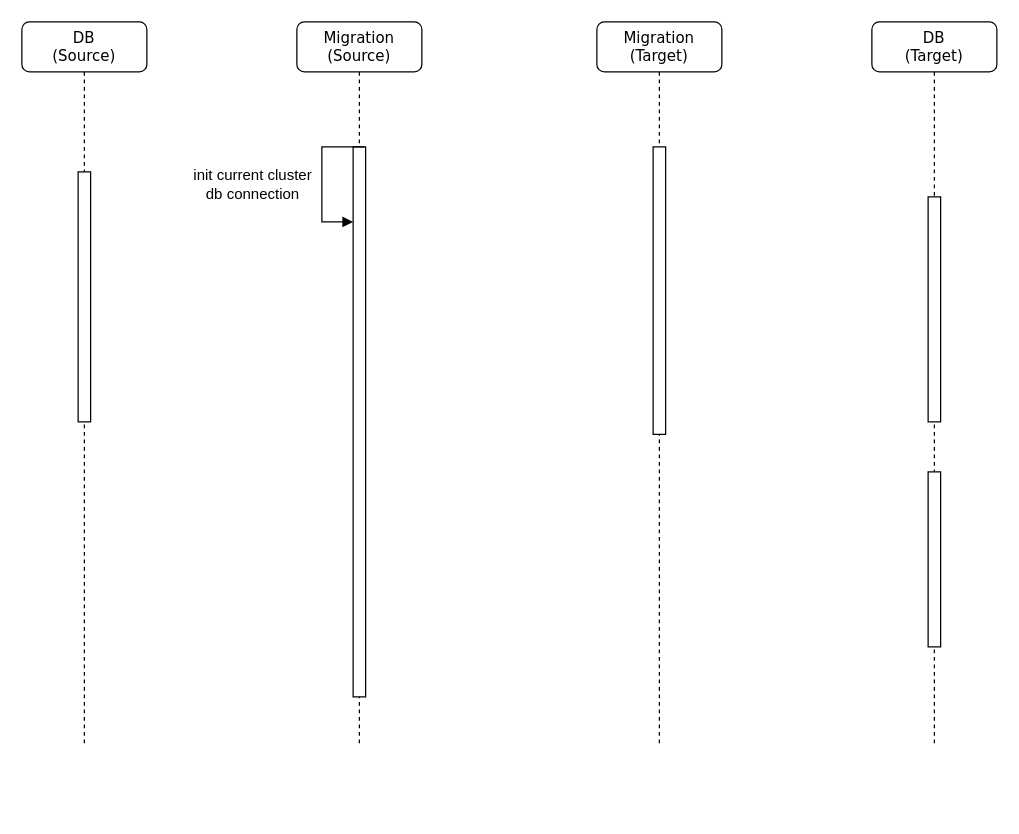
This is Untitled Diagram.drawio from zsj20092033/thinkinjava, a draw.io file, before an edit. Source tidied: cells renumbered, new cells numbered last; positions are measured from the earlier drawing's top-left corner, leaving out a move shared by most shapes. Both pictures are drawn from the tidied source at 125%, with x=0, y=0 at pixel (21, 21).
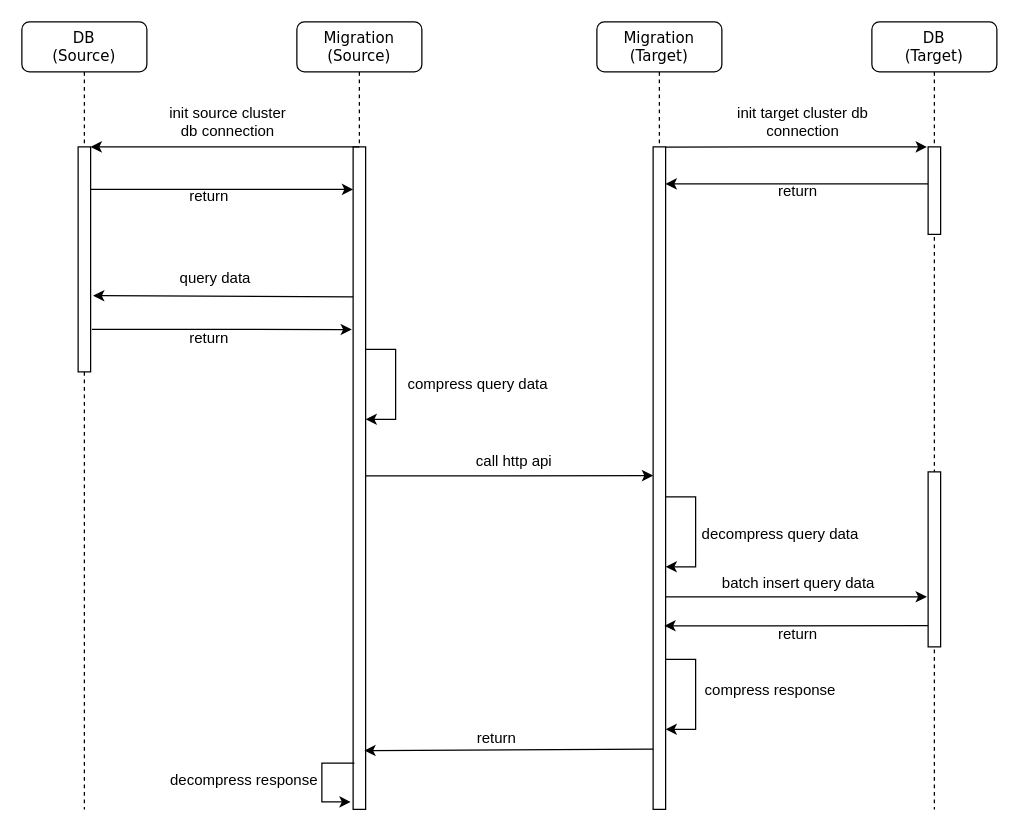
After the change.

The change refers to these unchanged cells:
```xml
<mxCell id="10" style="html=1;points=[];perimeter=orthogonalPerimeter;rounded=0;shadow=0;comic=0;labelBackgroundColor=none;strokeWidth=1;fontFamily=Verdana;fontSize=12;align=center;" parent="1" vertex="1">
  <mxGeometry x="725" y="360" width="10" height="140" as="geometry" />
</mxCell>
```

Change to the diagram source:
```diff
@@
     <mxCell id="2" value="Migration&lt;br&gt;(Target)" style="shape=umlLifeline;perimeter=lifelinePerimeter;whiteSpace=wrap;html=1;rounded=1;shadow=0;comic=0;labelBackgroundColor=none;strokeWidth=1;fontFamily=Verdana;fontSize=12;align=center;" parent="1" vertex="1">
-      <mxGeometry x="460" width="100" height="580" as="geometry" />
+      <mxGeometry x="460" width="100" height="630" as="geometry" />
     </mxCell>
     <mxCell id="3" style="html=1;points=[];perimeter=orthogonalPerimeter;rounded=0;shadow=0;comic=0;labelBackgroundColor=none;strokeWidth=1;fontFamily=Verdana;fontSize=12;align=center;" parent="2" vertex="1">
-      <mxGeometry x="45" y="100" width="10" height="230" as="geometry" />
+      <mxGeometry x="45" y="100" width="10" height="530" as="geometry" />
     </mxCell>
     <mxCell id="4" value="DB&lt;br&gt;(Source)" style="shape=umlLifeline;perimeter=lifelinePerimeter;whiteSpace=wrap;html=1;rounded=1;shadow=0;comic=0;labelBackgroundColor=none;strokeWidth=1;fontFamily=Verdana;fontSize=12;align=center;" parent="1" vertex="1">
-      <mxGeometry width="100" height="580" as="geometry" />
+      <mxGeometry width="100" height="630" as="geometry" />
     </mxCell>
     <mxCell id="5" style="html=1;points=[];perimeter=orthogonalPerimeter;rounded=0;shadow=0;comic=0;labelBackgroundColor=none;strokeWidth=1;fontFamily=Verdana;fontSize=12;align=center;" parent="4" vertex="1">
-      <mxGeometry x="45" y="120" width="10" height="200" as="geometry" />
+      <mxGeometry x="45" y="100" width="10" height="180" as="geometry" />
     </mxCell>
     <mxCell id="6" value="DB&lt;br&gt;(Target)" style="shape=umlLifeline;perimeter=lifelinePerimeter;whiteSpace=wrap;html=1;rounded=1;shadow=0;comic=0;labelBackgroundColor=none;strokeWidth=1;fontFamily=Verdana;fontSize=12;align=center;" parent="1" vertex="1">
-      <mxGeometry x="680" width="100" height="580" as="geometry" />
+      <mxGeometry x="680" width="100" height="630" as="geometry" />
     </mxCell>
     <mxCell id="7" value="Migration&lt;br&gt;(Source)" style="shape=umlLifeline;perimeter=lifelinePerimeter;whiteSpace=wrap;html=1;rounded=1;shadow=0;comic=0;labelBackgroundColor=none;strokeWidth=1;fontFamily=Verdana;fontSize=12;align=center;" parent="1" vertex="1">
-      <mxGeometry x="220" width="100" height="580" as="geometry" />
+      <mxGeometry x="220" width="100" height="630" as="geometry" />
     </mxCell>
     <mxCell id="8" style="html=1;points=[];perimeter=orthogonalPerimeter;rounded=0;shadow=0;comic=0;labelBackgroundColor=none;strokeWidth=1;fontFamily=Verdana;fontSize=12;align=center;" parent="7" vertex="1">
-      <mxGeometry x="45" y="100" width="10" height="440" as="geometry" />
+      <mxGeometry x="45" y="100" width="10" height="530" as="geometry" />
     </mxCell>
     <mxCell id="9" style="html=1;points=[];perimeter=orthogonalPerimeter;rounded=0;shadow=0;comic=0;labelBackgroundColor=none;strokeWidth=1;fontFamily=Verdana;fontSize=12;align=center;" parent="1" vertex="1">
-      <mxGeometry x="725" y="140" width="10" height="180" as="geometry" />
+      <mxGeometry x="725" y="100" width="10" height="70" as="geometry" />
     </mxCell>
@@
-    <mxCell id="11" style="html=1;verticalAlign=bottom;endArrow=block;labelBackgroundColor=none;fontFamily=Verdana;fontSize=12;elbow=vertical;edgeStyle=orthogonalEdgeStyle;rounded=0;" parent="1" edge="1">
-      <mxGeometry relative="1" as="geometry">
-        <mxPoint x="274" y="100" as="sourcePoint" />
-        <mxPoint x="265" y="160" as="targetPoint" />
-        <Array as="points">
-          <mxPoint x="240" y="100" />
-          <mxPoint x="240" y="160" />
-          <mxPoint x="265" y="160" />
-        </Array>
-      </mxGeometry>
-    </mxCell>
-    <mxCell id="12" value="init current cluster db connection" style="text;html=1;strokeColor=none;fillColor=none;align=center;verticalAlign=middle;whiteSpace=wrap;rounded=0;" parent="1" vertex="1">
-      <mxGeometry x="130" y="120" width="110" height="20" as="geometry" />
+    <mxCell id="12" value="init source cluster db connection" style="text;html=1;strokeColor=none;fillColor=none;align=center;verticalAlign=middle;whiteSpace=wrap;rounded=0;" parent="1" vertex="1">
+      <mxGeometry x="110" y="70" width="110" height="20" as="geometry" />
     </mxCell>
+    <mxCell id="13" style="endArrow=classic;html=1;exitX=0.5;exitY=0;exitDx=0;exitDy=0;exitPerimeter=0;" parent="1" edge="1" source="8">
+      <mxGeometry relative="1" as="geometry">
+        <mxPoint x="55" y="100" as="targetPoint" />
+      </mxGeometry>
+    </mxCell>
+    <mxCell id="14" style="endArrow=classic;html=1;" parent="1" edge="1" source="5">
+      <mxGeometry relative="1" as="geometry">
+        <mxPoint x="265" y="134" as="targetPoint" />
+      </mxGeometry>
+    </mxCell>
+    <mxCell id="15" style="endArrow=classic;html=1;exitX=1;exitY=0.009;exitDx=0;exitDy=0;exitPerimeter=0;entryX=-0.1;entryY=0;entryDx=0;entryDy=0;entryPerimeter=0;" parent="1" edge="1" target="9">
+      <mxGeometry relative="1" as="geometry">
+        <mxPoint x="515" y="100.1" as="sourcePoint" />
+      </mxGeometry>
+    </mxCell>
+    <mxCell id="16" value="init target cluster db connection" style="text;html=1;strokeColor=none;fillColor=none;align=center;verticalAlign=middle;whiteSpace=wrap;rounded=0;" parent="1" vertex="1">
+      <mxGeometry x="570" y="70" width="110" height="20" as="geometry" />
+    </mxCell>
+    <mxCell id="17" style="endArrow=classic;html=1;exitX=0;exitY=0.123;exitDx=0;exitDy=0;exitPerimeter=0;" parent="1" edge="1">
+      <mxGeometry relative="1" as="geometry">
+        <mxPoint x="725" y="129.6" as="sourcePoint" />
+        <mxPoint x="515" y="129.6" as="targetPoint" />
+      </mxGeometry>
+    </mxCell>
+    <mxCell id="18" value="return" style="text;html=1;strokeColor=none;fillColor=none;align=center;verticalAlign=middle;whiteSpace=wrap;rounded=0;" parent="1" vertex="1">
+      <mxGeometry x="130" y="130" width="40" height="20" as="geometry" />
+    </mxCell>
+    <mxCell id="19" value="return" style="text;html=1;strokeColor=none;fillColor=none;align=center;verticalAlign=middle;whiteSpace=wrap;rounded=0;" parent="1" vertex="1">
+      <mxGeometry x="601" y="126" width="40" height="20" as="geometry" />
+    </mxCell>
+    <mxCell id="20" style="endArrow=classic;html=1;" parent="1" edge="1">
+      <mxGeometry relative="1" as="geometry">
+        <mxPoint x="265" y="220" as="sourcePoint" />
+        <mxPoint x="57" y="219" as="targetPoint" />
+      </mxGeometry>
+    </mxCell>
+    <mxCell id="21" value="query data" style="text;html=1;strokeColor=none;fillColor=none;align=center;verticalAlign=middle;whiteSpace=wrap;rounded=0;" parent="1" vertex="1">
+      <mxGeometry x="120" y="195" width="70" height="20" as="geometry" />
+    </mxCell>
+    <mxCell id="22" style="endArrow=classic;html=1;entryX=0;entryY=0.332;entryDx=0;entryDy=0;entryPerimeter=0;" parent="1" edge="1">
+      <mxGeometry relative="1" as="geometry">
+        <mxPoint x="56" y="246" as="sourcePoint" />
+        <mxPoint x="264" y="246.1" as="targetPoint" />
+      </mxGeometry>
+    </mxCell>
+    <mxCell id="23" value="return" style="text;html=1;strokeColor=none;fillColor=none;align=center;verticalAlign=middle;whiteSpace=wrap;rounded=0;" parent="1" vertex="1">
+      <mxGeometry x="130" y="243" width="40" height="20" as="geometry" />
+    </mxCell>
+    <mxCell id="24" value="compress query data" style="text;html=1;strokeColor=none;fillColor=none;align=center;verticalAlign=middle;whiteSpace=wrap;rounded=0;" parent="1" vertex="1">
+      <mxGeometry x="300" y="280" width="130" height="20" as="geometry" />
+    </mxCell>
+    <mxCell id="25" style="endArrow=classic;html=1;exitX=0.9;exitY=0.63;exitDx=0;exitDy=0;exitPerimeter=0;" parent="1" edge="1">
+      <mxGeometry relative="1" as="geometry">
+        <mxPoint x="275" y="363.2" as="sourcePoint" />
+        <mxPoint x="505" y="363" as="targetPoint" />
+      </mxGeometry>
+    </mxCell>
+    <mxCell id="26" value="call http api" style="text;html=1;strokeColor=none;fillColor=none;align=center;verticalAlign=middle;whiteSpace=wrap;rounded=0;" parent="1" vertex="1">
+      <mxGeometry x="354" y="342" width="80" height="20" as="geometry" />
+    </mxCell>
+    <mxCell id="27" style="endArrow=classic;html=1;exitX=1.1;exitY=0.375;exitDx=0;exitDy=0;exitPerimeter=0;entryX=1.1;entryY=0.502;entryDx=0;entryDy=0;entryPerimeter=0;rounded=0;" parent="1" edge="1">
+      <mxGeometry relative="1" as="geometry">
+        <mxPoint x="515" y="380" as="sourcePoint" />
+        <mxPoint x="515" y="435.9" as="targetPoint" />
+        <Array as="points">
+          <mxPoint x="539" y="380" />
+          <mxPoint x="539" y="436" />
+        </Array>
+      </mxGeometry>
+    </mxCell>
+    <mxCell id="28" value="decompress query data" style="text;html=1;strokeColor=none;fillColor=none;align=center;verticalAlign=middle;whiteSpace=wrap;rounded=0;" parent="1" vertex="1">
+      <mxGeometry x="542" y="400" width="130" height="20" as="geometry" />
+    </mxCell>
+    <mxCell id="29" style="endArrow=classic;html=1;entryX=-0.1;entryY=0.714;entryDx=0;entryDy=0;entryPerimeter=0;" parent="1" edge="1" target="10">
+      <mxGeometry relative="1" as="geometry">
+        <mxPoint x="515" y="460" as="sourcePoint" />
+      </mxGeometry>
+    </mxCell>
+    <mxCell id="30" value="batch insert query data" style="text;html=1;strokeColor=none;fillColor=none;align=center;verticalAlign=middle;whiteSpace=wrap;rounded=0;" parent="1" vertex="1">
+      <mxGeometry x="555" y="439" width="133" height="20" as="geometry" />
+    </mxCell>
+    <mxCell id="31" style="endArrow=classic;html=1;exitX=0;exitY=0.879;exitDx=0;exitDy=0;exitPerimeter=0;entryX=0.9;entryY=0.723;entryDx=0;entryDy=0;entryPerimeter=0;" parent="1" edge="1" source="10" target="3">
+      <mxGeometry relative="1" as="geometry" />
+    </mxCell>
+    <mxCell id="32" value="return" style="text;html=1;strokeColor=none;fillColor=none;align=center;verticalAlign=middle;whiteSpace=wrap;rounded=0;" parent="1" vertex="1">
+      <mxGeometry x="601" y="480" width="40" height="20" as="geometry" />
+    </mxCell>
+    <mxCell id="33" style="endArrow=classic;html=1;exitX=1.1;exitY=0.375;exitDx=0;exitDy=0;exitPerimeter=0;entryX=1.1;entryY=0.502;entryDx=0;entryDy=0;entryPerimeter=0;rounded=0;" parent="1" edge="1">
+      <mxGeometry relative="1" as="geometry">
+        <mxPoint x="515" y="510" as="sourcePoint" />
+        <mxPoint x="515" y="565.9" as="targetPoint" />
+        <Array as="points">
+          <mxPoint x="539" y="510" />
+          <mxPoint x="539" y="566" />
+        </Array>
+      </mxGeometry>
+    </mxCell>
+    <mxCell id="34" value="compress response" style="text;html=1;strokeColor=none;fillColor=none;align=center;verticalAlign=middle;whiteSpace=wrap;rounded=0;" parent="1" vertex="1">
+      <mxGeometry x="534" y="525" width="130" height="20" as="geometry" />
+    </mxCell>
+    <mxCell id="35" style="endArrow=classic;html=1;exitX=1.1;exitY=0.375;exitDx=0;exitDy=0;exitPerimeter=0;entryX=1.1;entryY=0.502;entryDx=0;entryDy=0;entryPerimeter=0;rounded=0;" parent="1" edge="1">
+      <mxGeometry relative="1" as="geometry">
+        <mxPoint x="275" y="262" as="sourcePoint" />
+        <mxPoint x="275" y="317.9" as="targetPoint" />
+        <Array as="points">
+          <mxPoint x="299" y="262" />
+          <mxPoint x="299" y="318" />
+        </Array>
+      </mxGeometry>
+    </mxCell>
+    <mxCell id="36" style="endArrow=classic;html=1;exitX=1.1;exitY=0.375;exitDx=0;exitDy=0;exitPerimeter=0;rounded=0;" parent="1" edge="1">
+      <mxGeometry relative="1" as="geometry">
+        <mxPoint x="266" y="593" as="sourcePoint" />
+        <mxPoint x="263" y="624" as="targetPoint" />
+        <Array as="points">
+          <mxPoint x="240" y="593" />
+          <mxPoint x="240" y="624" />
+        </Array>
+      </mxGeometry>
+    </mxCell>
+    <mxCell id="37" style="endArrow=classic;html=1;exitX=0;exitY=0.909;exitDx=0;exitDy=0;exitPerimeter=0;" parent="1" edge="1" source="3">
+      <mxGeometry relative="1" as="geometry">
+        <mxPoint x="274" y="583" as="targetPoint" />
+      </mxGeometry>
+    </mxCell>
+    <mxCell id="38" value="return" style="text;html=1;strokeColor=none;fillColor=none;align=center;verticalAlign=middle;whiteSpace=wrap;rounded=0;" parent="1" vertex="1">
+      <mxGeometry x="360" y="563" width="40" height="20" as="geometry" />
+    </mxCell>
+    <mxCell id="39" value="decompress response" style="text;html=1;strokeColor=none;fillColor=none;align=center;verticalAlign=middle;whiteSpace=wrap;rounded=0;" parent="1" vertex="1">
+      <mxGeometry x="113" y="597" width="130" height="20" as="geometry" />
+    </mxCell>
```
